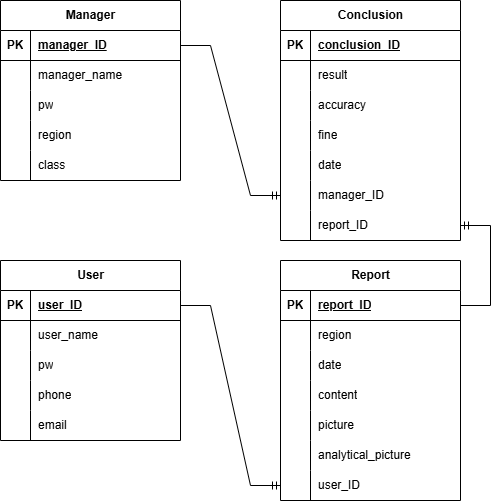
Above: Kyonggi Traffic Solution.drawio.png in ParkerQH/Kyonggi-Traffic-Solution_Web (draw.io), before the change. Source tidied: cells renumbered, new cells last; positions are measured from the earlier drawing's top-left corner, leaving out a move shared by most shapes.
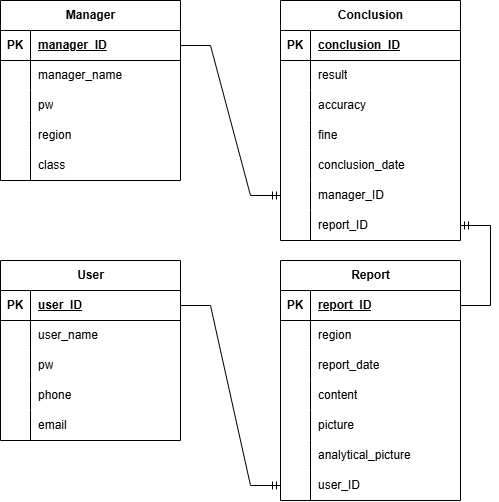
After the commit.

The edit, as a diff of the source:
```diff
@@ -125,7 +125,7 @@
     <mxCell id="42" style="shape=partialRectangle;fillColor=none;top=0;left=0;bottom=0;right=0;overflow=hidden;whiteSpace=wrap;html=1;" parent="41" vertex="1">
       <mxGeometry width="30" height="30" as="geometry" />
     </mxCell>
-    <mxCell id="43" value="date" style="shape=partialRectangle;fillColor=none;top=0;left=0;bottom=0;right=0;align=left;spacingLeft=6;overflow=hidden;whiteSpace=wrap;html=1;" parent="41" vertex="1">
+    <mxCell id="43" value="report_date" style="shape=partialRectangle;fillColor=none;top=0;left=0;bottom=0;right=0;align=left;spacingLeft=6;overflow=hidden;whiteSpace=wrap;html=1;" parent="41" vertex="1">
       <mxGeometry x="30" width="150" height="30" as="geometry" />
     </mxCell>
     <mxCell id="44" style="shape=tableRow;horizontal=0;startSize=0;swimlaneHead=0;swimlaneBody=0;fillColor=none;top=0;left=0;right=0;bottom=0;" parent="34" vertex="1">
@@ -212,7 +212,7 @@
     <mxCell id="71" style="shape=partialRectangle;fillColor=none;top=0;left=0;bottom=0;right=0;overflow=hidden;whiteSpace=wrap;html=1;" parent="70" vertex="1">
       <mxGeometry width="30" height="30" as="geometry" />
     </mxCell>
-    <mxCell id="72" value="date" style="shape=partialRectangle;fillColor=none;top=0;left=0;bottom=0;right=0;align=left;spacingLeft=6;overflow=hidden;whiteSpace=wrap;html=1;" parent="70" vertex="1">
+    <mxCell id="72" value="conclusion_date" style="shape=partialRectangle;fillColor=none;top=0;left=0;bottom=0;right=0;align=left;spacingLeft=6;overflow=hidden;whiteSpace=wrap;html=1;" parent="70" vertex="1">
       <mxGeometry x="30" width="150" height="30" as="geometry" />
     </mxCell>
     <mxCell id="73" style="shape=tableRow;horizontal=0;startSize=0;swimlaneHead=0;swimlaneBody=0;fillColor=none;points=[[0,0.5],[1,0.5]];portConstraint=eastwest;top=0;left=0;right=0;bottom=0;" parent="57" vertex="1">
```
